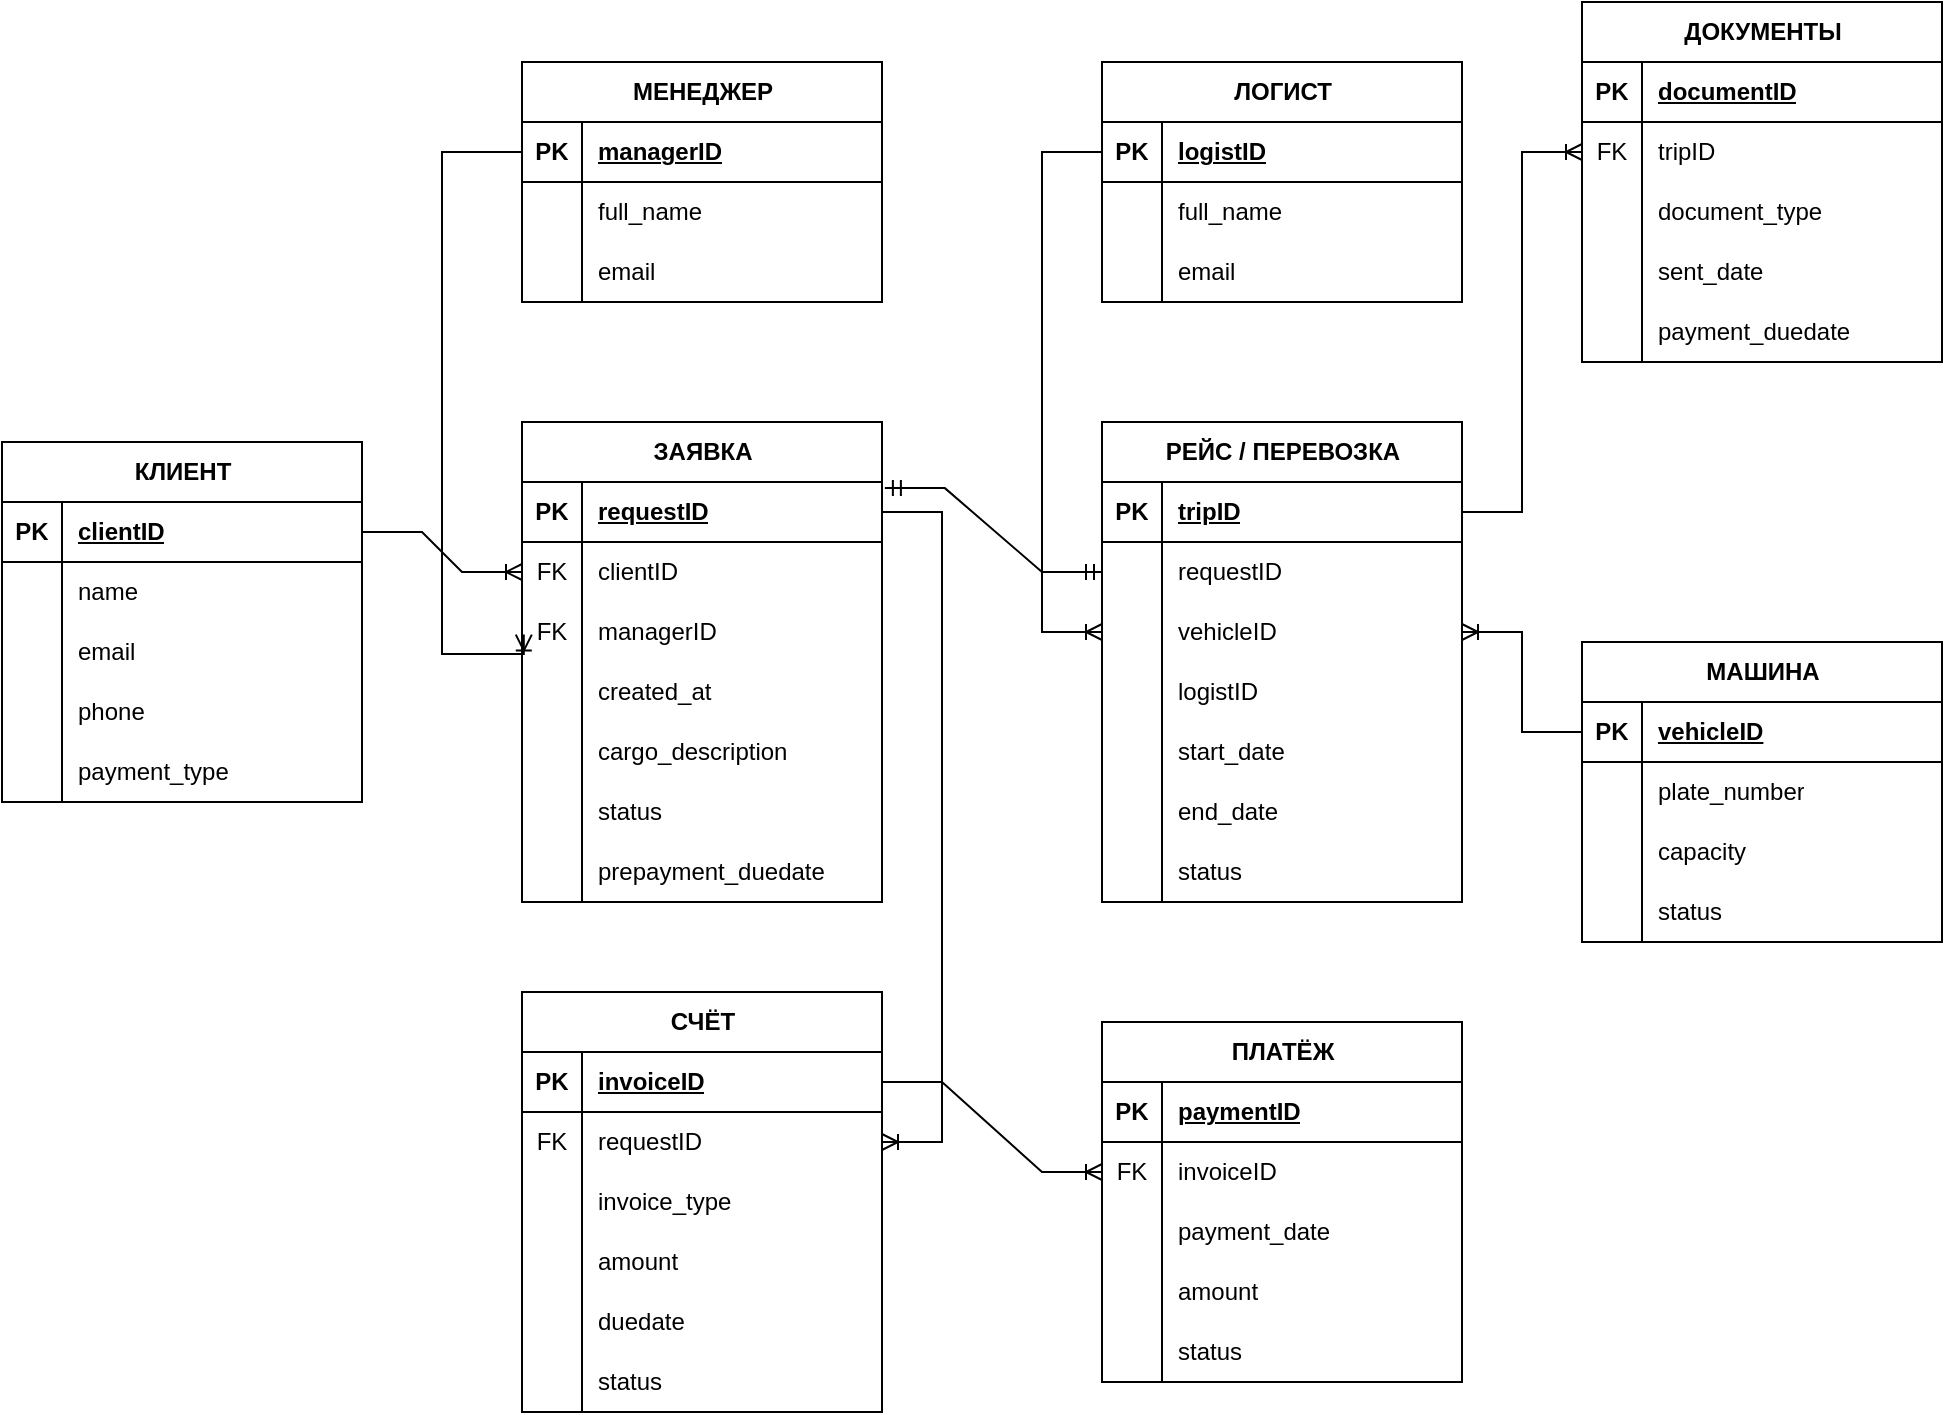
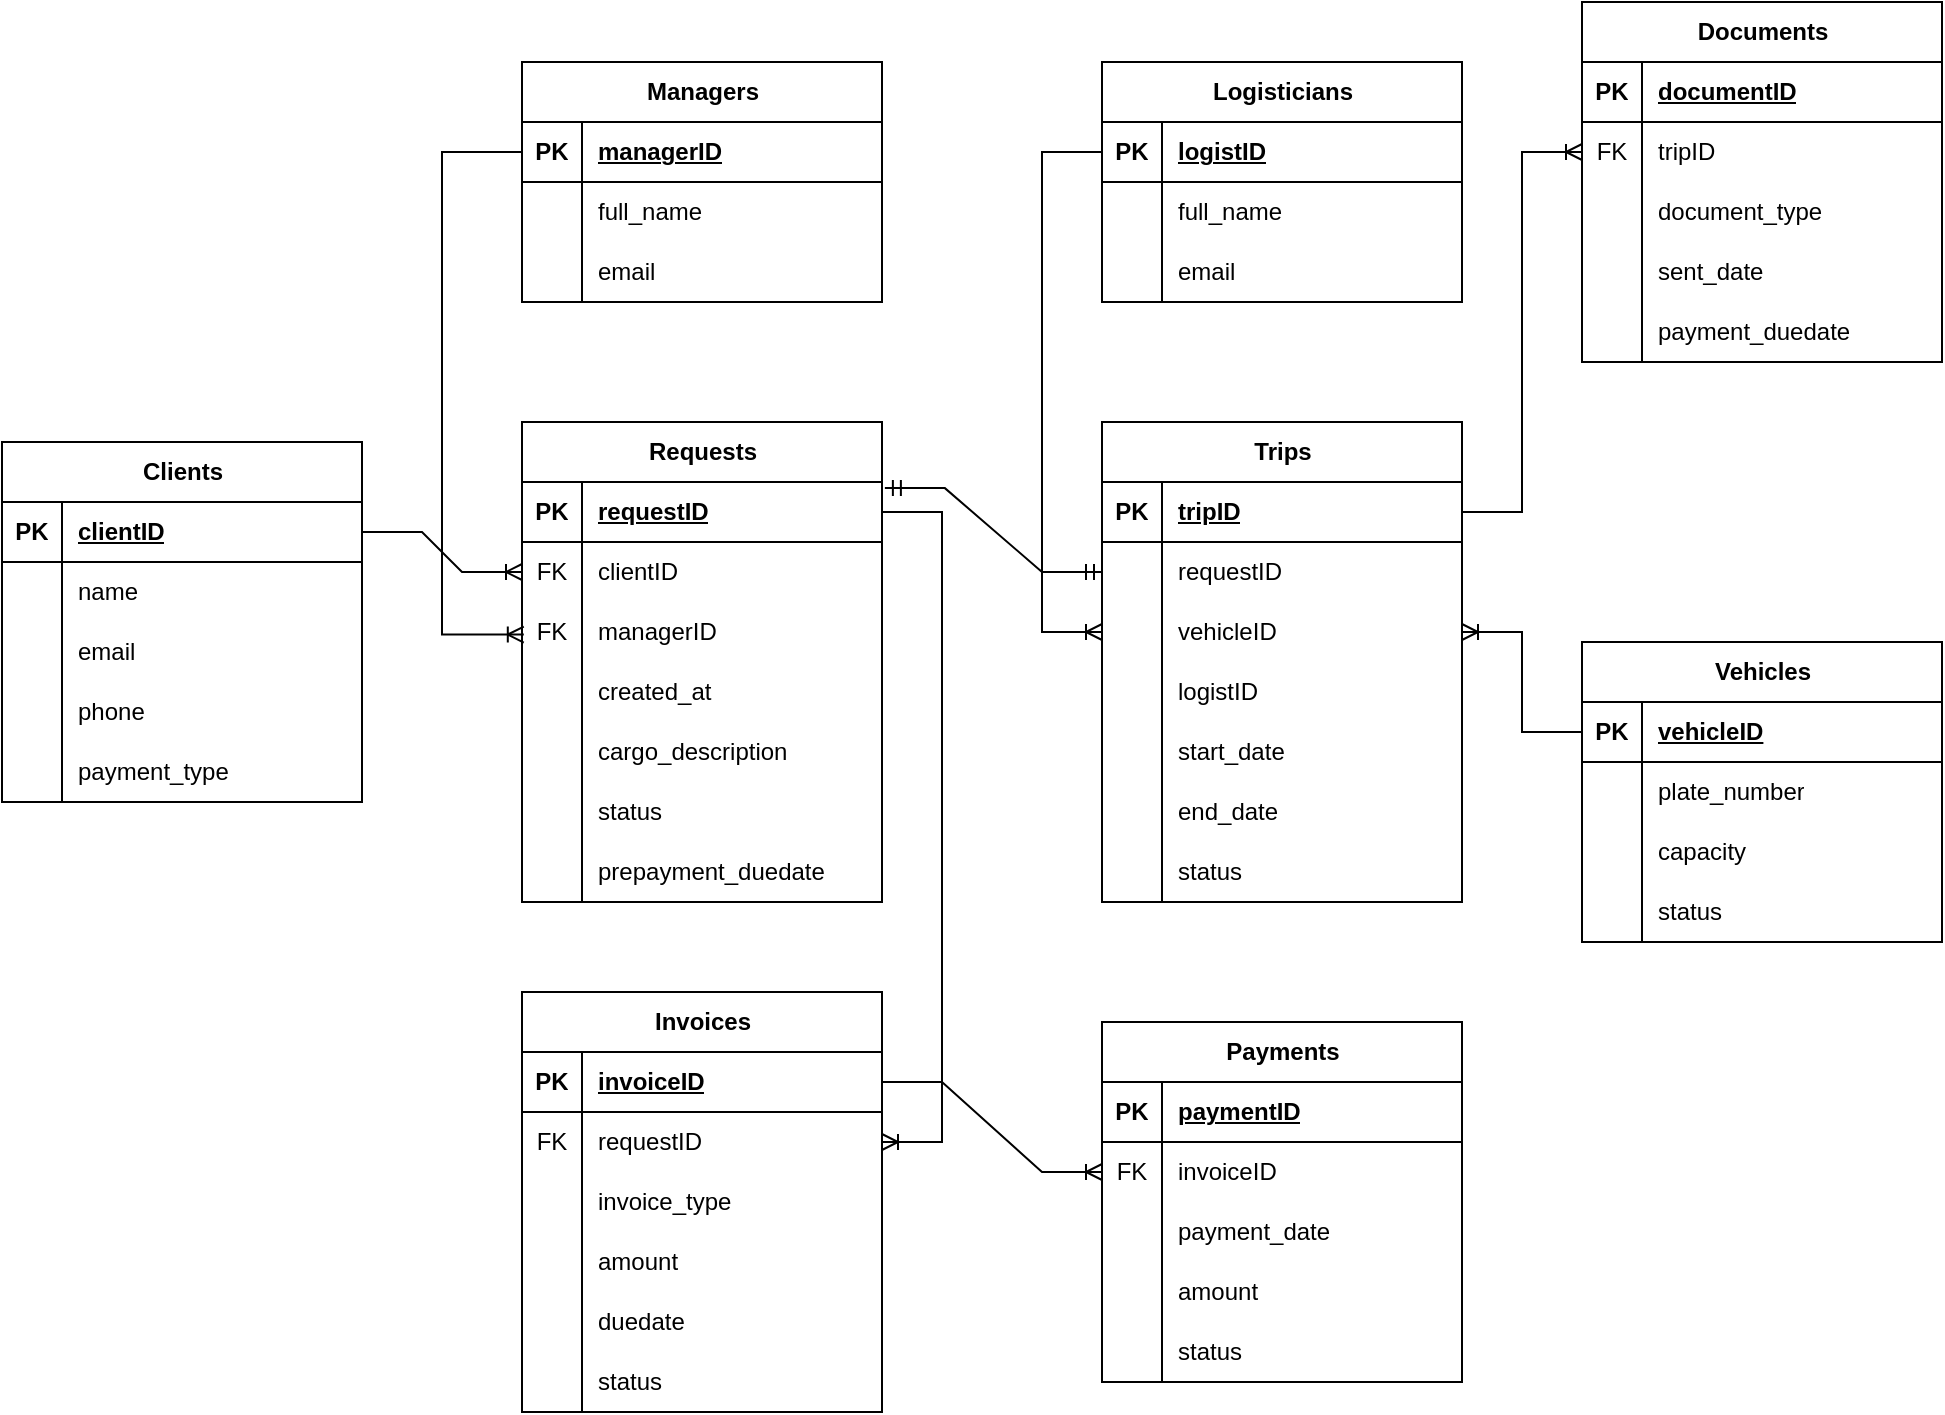
<mxfile host="app.diagrams.net" agent="5.0 (Macintosh; Intel Mac OS X 10_14_6) AppleWebKit/537.36 (KHTML, like Gecko) Chrome/83.0.4103.116 Safari/537.36">
  <diagram id="R2lEEEUBdFMjLlhIrx00" name="Page-1">
-     <mxGraphModel dx="1875" dy="900" grid="1" gridSize="10" guides="1" tooltips="1" connect="1" arrows="1" fold="1" page="1" pageScale="1" pageWidth="850" pageHeight="1100" math="0" shadow="0" extFonts="Permanent Marker^https://fonts.googleapis.com/css?family=Permanent+Marker">
+     <mxGraphModel dx="1549" dy="743" grid="1" gridSize="10" guides="1" tooltips="1" connect="1" arrows="1" fold="1" page="1" pageScale="1" pageWidth="850" pageHeight="1100" math="0" shadow="0" extFonts="Permanent Marker^https://fonts.googleapis.com/css?family=Permanent+Marker">
      <root>
        <mxCell id="0" />
        <mxCell id="1" parent="0" />
-         <mxCell id="OnuUYCShp_7tIGQlhjLA-103" parent="1" style="shape=table;startSize=30;container=1;collapsible=1;childLayout=tableLayout;fixedRows=1;rowLines=0;fontStyle=1;align=center;resizeLast=1;html=1;" value="КЛИЕНТ" vertex="1">
+         <mxCell id="OnuUYCShp_7tIGQlhjLA-103" parent="1" style="shape=table;startSize=30;container=1;collapsible=1;childLayout=tableLayout;fixedRows=1;rowLines=0;fontStyle=1;align=center;resizeLast=1;html=1;" value="Clients" vertex="1">
          <mxGeometry height="180" width="180" x="140" y="380" as="geometry" />
        </mxCell>
        <mxCell id="OnuUYCShp_7tIGQlhjLA-104" parent="OnuUYCShp_7tIGQlhjLA-103" style="shape=tableRow;horizontal=0;startSize=0;swimlaneHead=0;swimlaneBody=0;fillColor=none;collapsible=0;dropTarget=0;points=[[0,0.5],[1,0.5]];portConstraint=eastwest;top=0;left=0;right=0;bottom=1;" value="" vertex="1">
          <mxGeometry height="30" width="180" y="30" as="geometry" />
        </mxCell>
        <mxCell id="OnuUYCShp_7tIGQlhjLA-105" parent="OnuUYCShp_7tIGQlhjLA-104" style="shape=partialRectangle;connectable=0;fillColor=none;top=0;left=0;bottom=0;right=0;fontStyle=1;overflow=hidden;whiteSpace=wrap;html=1;" value="PK" vertex="1">
          <mxGeometry height="30" width="30" as="geometry">
            <mxRectangle height="30" width="30" as="alternateBounds" />
          </mxGeometry>
        </mxCell>
        <mxCell id="OnuUYCShp_7tIGQlhjLA-106" parent="OnuUYCShp_7tIGQlhjLA-104" style="shape=partialRectangle;connectable=0;fillColor=none;top=0;left=0;bottom=0;right=0;align=left;spacingLeft=6;fontStyle=5;overflow=hidden;whiteSpace=wrap;html=1;" value="clientID" vertex="1">
          <mxGeometry height="30" width="150" x="30" as="geometry">
            <mxRectangle height="30" width="150" as="alternateBounds" />
          </mxGeometry>
        </mxCell>
        <mxCell id="OnuUYCShp_7tIGQlhjLA-107" parent="OnuUYCShp_7tIGQlhjLA-103" style="shape=tableRow;horizontal=0;startSize=0;swimlaneHead=0;swimlaneBody=0;fillColor=none;collapsible=0;dropTarget=0;points=[[0,0.5],[1,0.5]];portConstraint=eastwest;top=0;left=0;right=0;bottom=0;" value="" vertex="1">
          <mxGeometry height="30" width="180" y="60" as="geometry" />
        </mxCell>
        <mxCell id="OnuUYCShp_7tIGQlhjLA-108" parent="OnuUYCShp_7tIGQlhjLA-107" style="shape=partialRectangle;connectable=0;fillColor=none;top=0;left=0;bottom=0;right=0;editable=1;overflow=hidden;whiteSpace=wrap;html=1;" value="" vertex="1">
          <mxGeometry height="30" width="30" as="geometry">
            <mxRectangle height="30" width="30" as="alternateBounds" />
          </mxGeometry>
        </mxCell>
        <mxCell id="OnuUYCShp_7tIGQlhjLA-109" parent="OnuUYCShp_7tIGQlhjLA-107" style="shape=partialRectangle;connectable=0;fillColor=none;top=0;left=0;bottom=0;right=0;align=left;spacingLeft=6;overflow=hidden;whiteSpace=wrap;html=1;" value="name" vertex="1">
          <mxGeometry height="30" width="150" x="30" as="geometry">
            <mxRectangle height="30" width="150" as="alternateBounds" />
          </mxGeometry>
        </mxCell>
        <mxCell id="OnuUYCShp_7tIGQlhjLA-110" parent="OnuUYCShp_7tIGQlhjLA-103" style="shape=tableRow;horizontal=0;startSize=0;swimlaneHead=0;swimlaneBody=0;fillColor=none;collapsible=0;dropTarget=0;points=[[0,0.5],[1,0.5]];portConstraint=eastwest;top=0;left=0;right=0;bottom=0;" value="" vertex="1">
          <mxGeometry height="30" width="180" y="90" as="geometry" />
        </mxCell>
        <mxCell id="OnuUYCShp_7tIGQlhjLA-111" parent="OnuUYCShp_7tIGQlhjLA-110" style="shape=partialRectangle;connectable=0;fillColor=none;top=0;left=0;bottom=0;right=0;editable=1;overflow=hidden;whiteSpace=wrap;html=1;" value="" vertex="1">
          <mxGeometry height="30" width="30" as="geometry">
            <mxRectangle height="30" width="30" as="alternateBounds" />
          </mxGeometry>
        </mxCell>
        <mxCell id="OnuUYCShp_7tIGQlhjLA-112" parent="OnuUYCShp_7tIGQlhjLA-110" style="shape=partialRectangle;connectable=0;fillColor=none;top=0;left=0;bottom=0;right=0;align=left;spacingLeft=6;overflow=hidden;whiteSpace=wrap;html=1;" value="email" vertex="1">
          <mxGeometry height="30" width="150" x="30" as="geometry">
            <mxRectangle height="30" width="150" as="alternateBounds" />
          </mxGeometry>
        </mxCell>
        <mxCell id="OnuUYCShp_7tIGQlhjLA-113" parent="OnuUYCShp_7tIGQlhjLA-103" style="shape=tableRow;horizontal=0;startSize=0;swimlaneHead=0;swimlaneBody=0;fillColor=none;collapsible=0;dropTarget=0;points=[[0,0.5],[1,0.5]];portConstraint=eastwest;top=0;left=0;right=0;bottom=0;" value="" vertex="1">
          <mxGeometry height="30" width="180" y="120" as="geometry" />
        </mxCell>
        <mxCell id="OnuUYCShp_7tIGQlhjLA-114" parent="OnuUYCShp_7tIGQlhjLA-113" style="shape=partialRectangle;connectable=0;fillColor=none;top=0;left=0;bottom=0;right=0;editable=1;overflow=hidden;whiteSpace=wrap;html=1;" value="" vertex="1">
          <mxGeometry height="30" width="30" as="geometry">
            <mxRectangle height="30" width="30" as="alternateBounds" />
          </mxGeometry>
        </mxCell>
        <mxCell id="OnuUYCShp_7tIGQlhjLA-115" parent="OnuUYCShp_7tIGQlhjLA-113" style="shape=partialRectangle;connectable=0;fillColor=none;top=0;left=0;bottom=0;right=0;align=left;spacingLeft=6;overflow=hidden;whiteSpace=wrap;html=1;" value="phone" vertex="1">
          <mxGeometry height="30" width="150" x="30" as="geometry">
            <mxRectangle height="30" width="150" as="alternateBounds" />
          </mxGeometry>
        </mxCell>
        <mxCell id="OnuUYCShp_7tIGQlhjLA-211" parent="OnuUYCShp_7tIGQlhjLA-103" style="shape=tableRow;horizontal=0;startSize=0;swimlaneHead=0;swimlaneBody=0;fillColor=none;collapsible=0;dropTarget=0;points=[[0,0.5],[1,0.5]];portConstraint=eastwest;top=0;left=0;right=0;bottom=0;" value="" vertex="1">
          <mxGeometry height="30" width="180" y="150" as="geometry" />
        </mxCell>
        <mxCell id="OnuUYCShp_7tIGQlhjLA-212" parent="OnuUYCShp_7tIGQlhjLA-211" style="shape=partialRectangle;connectable=0;fillColor=none;top=0;left=0;bottom=0;right=0;editable=1;overflow=hidden;whiteSpace=wrap;html=1;" value="" vertex="1">
          <mxGeometry height="30" width="30" as="geometry">
            <mxRectangle height="30" width="30" as="alternateBounds" />
          </mxGeometry>
        </mxCell>
        <mxCell id="OnuUYCShp_7tIGQlhjLA-213" parent="OnuUYCShp_7tIGQlhjLA-211" style="shape=partialRectangle;connectable=0;fillColor=none;top=0;left=0;bottom=0;right=0;align=left;spacingLeft=6;overflow=hidden;whiteSpace=wrap;html=1;" value="payment_type" vertex="1">
          <mxGeometry height="30" width="150" x="30" as="geometry">
            <mxRectangle height="30" width="150" as="alternateBounds" />
          </mxGeometry>
        </mxCell>
-         <mxCell id="OnuUYCShp_7tIGQlhjLA-116" parent="1" style="shape=table;startSize=30;container=1;collapsible=1;childLayout=tableLayout;fixedRows=1;rowLines=0;fontStyle=1;align=center;resizeLast=1;html=1;" value="ЗАЯВКА" vertex="1">
+         <mxCell id="OnuUYCShp_7tIGQlhjLA-116" parent="1" style="shape=table;startSize=30;container=1;collapsible=1;childLayout=tableLayout;fixedRows=1;rowLines=0;fontStyle=1;align=center;resizeLast=1;html=1;" value="Requests" vertex="1">
          <mxGeometry height="240" width="180" x="400" y="370" as="geometry" />
        </mxCell>
        <mxCell id="OnuUYCShp_7tIGQlhjLA-117" parent="OnuUYCShp_7tIGQlhjLA-116" style="shape=tableRow;horizontal=0;startSize=0;swimlaneHead=0;swimlaneBody=0;fillColor=none;collapsible=0;dropTarget=0;points=[[0,0.5],[1,0.5]];portConstraint=eastwest;top=0;left=0;right=0;bottom=1;" value="" vertex="1">
          <mxGeometry height="30" width="180" y="30" as="geometry" />
        </mxCell>
        <mxCell id="OnuUYCShp_7tIGQlhjLA-118" parent="OnuUYCShp_7tIGQlhjLA-117" style="shape=partialRectangle;connectable=0;fillColor=none;top=0;left=0;bottom=0;right=0;fontStyle=1;overflow=hidden;whiteSpace=wrap;html=1;" value="PK" vertex="1">
          <mxGeometry height="30" width="30" as="geometry">
            <mxRectangle height="30" width="30" as="alternateBounds" />
          </mxGeometry>
        </mxCell>
        <mxCell id="OnuUYCShp_7tIGQlhjLA-119" parent="OnuUYCShp_7tIGQlhjLA-117" style="shape=partialRectangle;connectable=0;fillColor=none;top=0;left=0;bottom=0;right=0;align=left;spacingLeft=6;fontStyle=5;overflow=hidden;whiteSpace=wrap;html=1;" value="requestID" vertex="1">
          <mxGeometry height="30" width="150" x="30" as="geometry">
            <mxRectangle height="30" width="150" as="alternateBounds" />
          </mxGeometry>
        </mxCell>
        <mxCell id="OnuUYCShp_7tIGQlhjLA-120" parent="OnuUYCShp_7tIGQlhjLA-116" style="shape=tableRow;horizontal=0;startSize=0;swimlaneHead=0;swimlaneBody=0;fillColor=none;collapsible=0;dropTarget=0;points=[[0,0.5],[1,0.5]];portConstraint=eastwest;top=0;left=0;right=0;bottom=0;" value="" vertex="1">
          <mxGeometry height="30" width="180" y="60" as="geometry" />
        </mxCell>
        <mxCell id="OnuUYCShp_7tIGQlhjLA-121" parent="OnuUYCShp_7tIGQlhjLA-120" style="shape=partialRectangle;connectable=0;fillColor=none;top=0;left=0;bottom=0;right=0;editable=1;overflow=hidden;whiteSpace=wrap;html=1;" value="FK" vertex="1">
          <mxGeometry height="30" width="30" as="geometry">
            <mxRectangle height="30" width="30" as="alternateBounds" />
          </mxGeometry>
        </mxCell>
        <mxCell id="OnuUYCShp_7tIGQlhjLA-122" parent="OnuUYCShp_7tIGQlhjLA-120" style="shape=partialRectangle;connectable=0;fillColor=none;top=0;left=0;bottom=0;right=0;align=left;spacingLeft=6;overflow=hidden;whiteSpace=wrap;html=1;" value="clientID" vertex="1">
          <mxGeometry height="30" width="150" x="30" as="geometry">
            <mxRectangle height="30" width="150" as="alternateBounds" />
          </mxGeometry>
        </mxCell>
        <mxCell id="OnuUYCShp_7tIGQlhjLA-123" parent="OnuUYCShp_7tIGQlhjLA-116" style="shape=tableRow;horizontal=0;startSize=0;swimlaneHead=0;swimlaneBody=0;fillColor=none;collapsible=0;dropTarget=0;points=[[0,0.5],[1,0.5]];portConstraint=eastwest;top=0;left=0;right=0;bottom=0;" value="" vertex="1">
          <mxGeometry height="30" width="180" y="90" as="geometry" />
        </mxCell>
        <mxCell id="OnuUYCShp_7tIGQlhjLA-124" parent="OnuUYCShp_7tIGQlhjLA-123" style="shape=partialRectangle;connectable=0;fillColor=none;top=0;left=0;bottom=0;right=0;editable=1;overflow=hidden;whiteSpace=wrap;html=1;" value="FK" vertex="1">
          <mxGeometry height="30" width="30" as="geometry">
            <mxRectangle height="30" width="30" as="alternateBounds" />
          </mxGeometry>
        </mxCell>
        <mxCell id="OnuUYCShp_7tIGQlhjLA-125" parent="OnuUYCShp_7tIGQlhjLA-123" style="shape=partialRectangle;connectable=0;fillColor=none;top=0;left=0;bottom=0;right=0;align=left;spacingLeft=6;overflow=hidden;whiteSpace=wrap;html=1;" value="managerID" vertex="1">
          <mxGeometry height="30" width="150" x="30" as="geometry">
            <mxRectangle height="30" width="150" as="alternateBounds" />
          </mxGeometry>
        </mxCell>
        <mxCell id="OnuUYCShp_7tIGQlhjLA-126" parent="OnuUYCShp_7tIGQlhjLA-116" style="shape=tableRow;horizontal=0;startSize=0;swimlaneHead=0;swimlaneBody=0;fillColor=none;collapsible=0;dropTarget=0;points=[[0,0.5],[1,0.5]];portConstraint=eastwest;top=0;left=0;right=0;bottom=0;" value="" vertex="1">
          <mxGeometry height="30" width="180" y="120" as="geometry" />
        </mxCell>
        <mxCell id="OnuUYCShp_7tIGQlhjLA-127" parent="OnuUYCShp_7tIGQlhjLA-126" style="shape=partialRectangle;connectable=0;fillColor=none;top=0;left=0;bottom=0;right=0;editable=1;overflow=hidden;whiteSpace=wrap;html=1;" value="" vertex="1">
          <mxGeometry height="30" width="30" as="geometry">
            <mxRectangle height="30" width="30" as="alternateBounds" />
          </mxGeometry>
        </mxCell>
        <mxCell id="OnuUYCShp_7tIGQlhjLA-128" parent="OnuUYCShp_7tIGQlhjLA-126" style="shape=partialRectangle;connectable=0;fillColor=none;top=0;left=0;bottom=0;right=0;align=left;spacingLeft=6;overflow=hidden;whiteSpace=wrap;html=1;" value="created_at" vertex="1">
          <mxGeometry height="30" width="150" x="30" as="geometry">
            <mxRectangle height="30" width="150" as="alternateBounds" />
          </mxGeometry>
        </mxCell>
        <mxCell id="OnuUYCShp_7tIGQlhjLA-227" parent="OnuUYCShp_7tIGQlhjLA-116" style="shape=tableRow;horizontal=0;startSize=0;swimlaneHead=0;swimlaneBody=0;fillColor=none;collapsible=0;dropTarget=0;points=[[0,0.5],[1,0.5]];portConstraint=eastwest;top=0;left=0;right=0;bottom=0;" value="" vertex="1">
          <mxGeometry height="30" width="180" y="150" as="geometry" />
        </mxCell>
        <mxCell id="OnuUYCShp_7tIGQlhjLA-228" parent="OnuUYCShp_7tIGQlhjLA-227" style="shape=partialRectangle;connectable=0;fillColor=none;top=0;left=0;bottom=0;right=0;editable=1;overflow=hidden;whiteSpace=wrap;html=1;" value="" vertex="1">
          <mxGeometry height="30" width="30" as="geometry">
            <mxRectangle height="30" width="30" as="alternateBounds" />
          </mxGeometry>
        </mxCell>
        <mxCell id="OnuUYCShp_7tIGQlhjLA-229" parent="OnuUYCShp_7tIGQlhjLA-227" style="shape=partialRectangle;connectable=0;fillColor=none;top=0;left=0;bottom=0;right=0;align=left;spacingLeft=6;overflow=hidden;whiteSpace=wrap;html=1;" value="cargo_description" vertex="1">
          <mxGeometry height="30" width="150" x="30" as="geometry">
            <mxRectangle height="30" width="150" as="alternateBounds" />
          </mxGeometry>
        </mxCell>
        <mxCell id="OnuUYCShp_7tIGQlhjLA-230" parent="OnuUYCShp_7tIGQlhjLA-116" style="shape=tableRow;horizontal=0;startSize=0;swimlaneHead=0;swimlaneBody=0;fillColor=none;collapsible=0;dropTarget=0;points=[[0,0.5],[1,0.5]];portConstraint=eastwest;top=0;left=0;right=0;bottom=0;" value="" vertex="1">
          <mxGeometry height="30" width="180" y="180" as="geometry" />
        </mxCell>
        <mxCell id="OnuUYCShp_7tIGQlhjLA-231" parent="OnuUYCShp_7tIGQlhjLA-230" style="shape=partialRectangle;connectable=0;fillColor=none;top=0;left=0;bottom=0;right=0;editable=1;overflow=hidden;whiteSpace=wrap;html=1;" value="" vertex="1">
          <mxGeometry height="30" width="30" as="geometry">
            <mxRectangle height="30" width="30" as="alternateBounds" />
          </mxGeometry>
        </mxCell>
        <mxCell id="OnuUYCShp_7tIGQlhjLA-232" parent="OnuUYCShp_7tIGQlhjLA-230" style="shape=partialRectangle;connectable=0;fillColor=none;top=0;left=0;bottom=0;right=0;align=left;spacingLeft=6;overflow=hidden;whiteSpace=wrap;html=1;" value="status" vertex="1">
          <mxGeometry height="30" width="150" x="30" as="geometry">
            <mxRectangle height="30" width="150" as="alternateBounds" />
          </mxGeometry>
        </mxCell>
        <mxCell id="OnuUYCShp_7tIGQlhjLA-233" parent="OnuUYCShp_7tIGQlhjLA-116" style="shape=tableRow;horizontal=0;startSize=0;swimlaneHead=0;swimlaneBody=0;fillColor=none;collapsible=0;dropTarget=0;points=[[0,0.5],[1,0.5]];portConstraint=eastwest;top=0;left=0;right=0;bottom=0;" value="" vertex="1">
          <mxGeometry height="30" width="180" y="210" as="geometry" />
        </mxCell>
        <mxCell id="OnuUYCShp_7tIGQlhjLA-234" parent="OnuUYCShp_7tIGQlhjLA-233" style="shape=partialRectangle;connectable=0;fillColor=none;top=0;left=0;bottom=0;right=0;editable=1;overflow=hidden;whiteSpace=wrap;html=1;" value="" vertex="1">
          <mxGeometry height="30" width="30" as="geometry">
            <mxRectangle height="30" width="30" as="alternateBounds" />
          </mxGeometry>
        </mxCell>
        <mxCell id="OnuUYCShp_7tIGQlhjLA-235" parent="OnuUYCShp_7tIGQlhjLA-233" style="shape=partialRectangle;connectable=0;fillColor=none;top=0;left=0;bottom=0;right=0;align=left;spacingLeft=6;overflow=hidden;whiteSpace=wrap;html=1;" value="prepayment_duedate" vertex="1">
          <mxGeometry height="30" width="150" x="30" as="geometry">
            <mxRectangle height="30" width="150" as="alternateBounds" />
          </mxGeometry>
        </mxCell>
-         <mxCell id="OnuUYCShp_7tIGQlhjLA-129" parent="1" style="shape=table;startSize=30;container=1;collapsible=1;childLayout=tableLayout;fixedRows=1;rowLines=0;fontStyle=1;align=center;resizeLast=1;html=1;" value="СЧЁТ" vertex="1">
+         <mxCell id="OnuUYCShp_7tIGQlhjLA-129" parent="1" style="shape=table;startSize=30;container=1;collapsible=1;childLayout=tableLayout;fixedRows=1;rowLines=0;fontStyle=1;align=center;resizeLast=1;html=1;" value="Invoices" vertex="1">
          <mxGeometry height="210" width="180" x="400" y="655" as="geometry" />
        </mxCell>
        <mxCell id="OnuUYCShp_7tIGQlhjLA-130" parent="OnuUYCShp_7tIGQlhjLA-129" style="shape=tableRow;horizontal=0;startSize=0;swimlaneHead=0;swimlaneBody=0;fillColor=none;collapsible=0;dropTarget=0;points=[[0,0.5],[1,0.5]];portConstraint=eastwest;top=0;left=0;right=0;bottom=1;" value="" vertex="1">
          <mxGeometry height="30" width="180" y="30" as="geometry" />
        </mxCell>
        <mxCell id="OnuUYCShp_7tIGQlhjLA-131" parent="OnuUYCShp_7tIGQlhjLA-130" style="shape=partialRectangle;connectable=0;fillColor=none;top=0;left=0;bottom=0;right=0;fontStyle=1;overflow=hidden;whiteSpace=wrap;html=1;" value="PK" vertex="1">
          <mxGeometry height="30" width="30" as="geometry">
            <mxRectangle height="30" width="30" as="alternateBounds" />
          </mxGeometry>
        </mxCell>
        <mxCell id="OnuUYCShp_7tIGQlhjLA-132" parent="OnuUYCShp_7tIGQlhjLA-130" style="shape=partialRectangle;connectable=0;fillColor=none;top=0;left=0;bottom=0;right=0;align=left;spacingLeft=6;fontStyle=5;overflow=hidden;whiteSpace=wrap;html=1;" value="invoiceID" vertex="1">
          <mxGeometry height="30" width="150" x="30" as="geometry">
            <mxRectangle height="30" width="150" as="alternateBounds" />
          </mxGeometry>
        </mxCell>
        <mxCell id="OnuUYCShp_7tIGQlhjLA-133" parent="OnuUYCShp_7tIGQlhjLA-129" style="shape=tableRow;horizontal=0;startSize=0;swimlaneHead=0;swimlaneBody=0;fillColor=none;collapsible=0;dropTarget=0;points=[[0,0.5],[1,0.5]];portConstraint=eastwest;top=0;left=0;right=0;bottom=0;" value="" vertex="1">
          <mxGeometry height="30" width="180" y="60" as="geometry" />
        </mxCell>
        <mxCell id="OnuUYCShp_7tIGQlhjLA-134" parent="OnuUYCShp_7tIGQlhjLA-133" style="shape=partialRectangle;connectable=0;fillColor=none;top=0;left=0;bottom=0;right=0;editable=1;overflow=hidden;whiteSpace=wrap;html=1;" value="FK" vertex="1">
          <mxGeometry height="30" width="30" as="geometry">
            <mxRectangle height="30" width="30" as="alternateBounds" />
          </mxGeometry>
        </mxCell>
        <mxCell id="OnuUYCShp_7tIGQlhjLA-135" parent="OnuUYCShp_7tIGQlhjLA-133" style="shape=partialRectangle;connectable=0;fillColor=none;top=0;left=0;bottom=0;right=0;align=left;spacingLeft=6;overflow=hidden;whiteSpace=wrap;html=1;" value="requestID" vertex="1">
          <mxGeometry height="30" width="150" x="30" as="geometry">
            <mxRectangle height="30" width="150" as="alternateBounds" />
          </mxGeometry>
        </mxCell>
        <mxCell id="OnuUYCShp_7tIGQlhjLA-136" parent="OnuUYCShp_7tIGQlhjLA-129" style="shape=tableRow;horizontal=0;startSize=0;swimlaneHead=0;swimlaneBody=0;fillColor=none;collapsible=0;dropTarget=0;points=[[0,0.5],[1,0.5]];portConstraint=eastwest;top=0;left=0;right=0;bottom=0;" value="" vertex="1">
          <mxGeometry height="30" width="180" y="90" as="geometry" />
        </mxCell>
        <mxCell id="OnuUYCShp_7tIGQlhjLA-137" parent="OnuUYCShp_7tIGQlhjLA-136" style="shape=partialRectangle;connectable=0;fillColor=none;top=0;left=0;bottom=0;right=0;editable=1;overflow=hidden;whiteSpace=wrap;html=1;" value="" vertex="1">
          <mxGeometry height="30" width="30" as="geometry">
            <mxRectangle height="30" width="30" as="alternateBounds" />
          </mxGeometry>
        </mxCell>
        <mxCell id="OnuUYCShp_7tIGQlhjLA-138" parent="OnuUYCShp_7tIGQlhjLA-136" style="shape=partialRectangle;connectable=0;fillColor=none;top=0;left=0;bottom=0;right=0;align=left;spacingLeft=6;overflow=hidden;whiteSpace=wrap;html=1;" value="invoice_type" vertex="1">
          <mxGeometry height="30" width="150" x="30" as="geometry">
            <mxRectangle height="30" width="150" as="alternateBounds" />
          </mxGeometry>
        </mxCell>
        <mxCell id="OnuUYCShp_7tIGQlhjLA-139" parent="OnuUYCShp_7tIGQlhjLA-129" style="shape=tableRow;horizontal=0;startSize=0;swimlaneHead=0;swimlaneBody=0;fillColor=none;collapsible=0;dropTarget=0;points=[[0,0.5],[1,0.5]];portConstraint=eastwest;top=0;left=0;right=0;bottom=0;" value="" vertex="1">
          <mxGeometry height="30" width="180" y="120" as="geometry" />
        </mxCell>
        <mxCell id="OnuUYCShp_7tIGQlhjLA-140" parent="OnuUYCShp_7tIGQlhjLA-139" style="shape=partialRectangle;connectable=0;fillColor=none;top=0;left=0;bottom=0;right=0;editable=1;overflow=hidden;whiteSpace=wrap;html=1;" value="" vertex="1">
          <mxGeometry height="30" width="30" as="geometry">
            <mxRectangle height="30" width="30" as="alternateBounds" />
          </mxGeometry>
        </mxCell>
        <mxCell id="OnuUYCShp_7tIGQlhjLA-141" parent="OnuUYCShp_7tIGQlhjLA-139" style="shape=partialRectangle;connectable=0;fillColor=none;top=0;left=0;bottom=0;right=0;align=left;spacingLeft=6;overflow=hidden;whiteSpace=wrap;html=1;" value="amount" vertex="1">
          <mxGeometry height="30" width="150" x="30" as="geometry">
            <mxRectangle height="30" width="150" as="alternateBounds" />
          </mxGeometry>
        </mxCell>
        <mxCell id="OnuUYCShp_7tIGQlhjLA-236" parent="OnuUYCShp_7tIGQlhjLA-129" style="shape=tableRow;horizontal=0;startSize=0;swimlaneHead=0;swimlaneBody=0;fillColor=none;collapsible=0;dropTarget=0;points=[[0,0.5],[1,0.5]];portConstraint=eastwest;top=0;left=0;right=0;bottom=0;" value="" vertex="1">
          <mxGeometry height="30" width="180" y="150" as="geometry" />
        </mxCell>
        <mxCell id="OnuUYCShp_7tIGQlhjLA-237" parent="OnuUYCShp_7tIGQlhjLA-236" style="shape=partialRectangle;connectable=0;fillColor=none;top=0;left=0;bottom=0;right=0;editable=1;overflow=hidden;whiteSpace=wrap;html=1;" value="" vertex="1">
          <mxGeometry height="30" width="30" as="geometry">
            <mxRectangle height="30" width="30" as="alternateBounds" />
          </mxGeometry>
        </mxCell>
        <mxCell id="OnuUYCShp_7tIGQlhjLA-238" parent="OnuUYCShp_7tIGQlhjLA-236" style="shape=partialRectangle;connectable=0;fillColor=none;top=0;left=0;bottom=0;right=0;align=left;spacingLeft=6;overflow=hidden;whiteSpace=wrap;html=1;" value="duedate" vertex="1">
          <mxGeometry height="30" width="150" x="30" as="geometry">
            <mxRectangle height="30" width="150" as="alternateBounds" />
          </mxGeometry>
        </mxCell>
        <mxCell id="OnuUYCShp_7tIGQlhjLA-239" parent="OnuUYCShp_7tIGQlhjLA-129" style="shape=tableRow;horizontal=0;startSize=0;swimlaneHead=0;swimlaneBody=0;fillColor=none;collapsible=0;dropTarget=0;points=[[0,0.5],[1,0.5]];portConstraint=eastwest;top=0;left=0;right=0;bottom=0;" value="" vertex="1">
          <mxGeometry height="30" width="180" y="180" as="geometry" />
        </mxCell>
        <mxCell id="OnuUYCShp_7tIGQlhjLA-240" parent="OnuUYCShp_7tIGQlhjLA-239" style="shape=partialRectangle;connectable=0;fillColor=none;top=0;left=0;bottom=0;right=0;editable=1;overflow=hidden;whiteSpace=wrap;html=1;" value="" vertex="1">
          <mxGeometry height="30" width="30" as="geometry">
            <mxRectangle height="30" width="30" as="alternateBounds" />
          </mxGeometry>
        </mxCell>
        <mxCell id="OnuUYCShp_7tIGQlhjLA-241" parent="OnuUYCShp_7tIGQlhjLA-239" style="shape=partialRectangle;connectable=0;fillColor=none;top=0;left=0;bottom=0;right=0;align=left;spacingLeft=6;overflow=hidden;whiteSpace=wrap;html=1;" value="status" vertex="1">
          <mxGeometry height="30" width="150" x="30" as="geometry">
            <mxRectangle height="30" width="150" as="alternateBounds" />
          </mxGeometry>
        </mxCell>
-         <mxCell id="OnuUYCShp_7tIGQlhjLA-142" parent="1" style="shape=table;startSize=30;container=1;collapsible=1;childLayout=tableLayout;fixedRows=1;rowLines=0;fontStyle=1;align=center;resizeLast=1;html=1;" value="РЕЙС / ПЕРЕВОЗКА" vertex="1">
+         <mxCell id="OnuUYCShp_7tIGQlhjLA-142" parent="1" style="shape=table;startSize=30;container=1;collapsible=1;childLayout=tableLayout;fixedRows=1;rowLines=0;fontStyle=1;align=center;resizeLast=1;html=1;" value="Trips" vertex="1">
          <mxGeometry height="240" width="180" x="690" y="370" as="geometry" />
        </mxCell>
        <mxCell id="OnuUYCShp_7tIGQlhjLA-143" parent="OnuUYCShp_7tIGQlhjLA-142" style="shape=tableRow;horizontal=0;startSize=0;swimlaneHead=0;swimlaneBody=0;fillColor=none;collapsible=0;dropTarget=0;points=[[0,0.5],[1,0.5]];portConstraint=eastwest;top=0;left=0;right=0;bottom=1;" value="" vertex="1">
          <mxGeometry height="30" width="180" y="30" as="geometry" />
        </mxCell>
        <mxCell id="OnuUYCShp_7tIGQlhjLA-144" parent="OnuUYCShp_7tIGQlhjLA-143" style="shape=partialRectangle;connectable=0;fillColor=none;top=0;left=0;bottom=0;right=0;fontStyle=1;overflow=hidden;whiteSpace=wrap;html=1;" value="PK" vertex="1">
          <mxGeometry height="30" width="30" as="geometry">
            <mxRectangle height="30" width="30" as="alternateBounds" />
          </mxGeometry>
        </mxCell>
        <mxCell id="OnuUYCShp_7tIGQlhjLA-145" parent="OnuUYCShp_7tIGQlhjLA-143" style="shape=partialRectangle;connectable=0;fillColor=none;top=0;left=0;bottom=0;right=0;align=left;spacingLeft=6;fontStyle=5;overflow=hidden;whiteSpace=wrap;html=1;" value="tripID" vertex="1">
          <mxGeometry height="30" width="150" x="30" as="geometry">
            <mxRectangle height="30" width="150" as="alternateBounds" />
          </mxGeometry>
        </mxCell>
        <mxCell id="OnuUYCShp_7tIGQlhjLA-146" parent="OnuUYCShp_7tIGQlhjLA-142" style="shape=tableRow;horizontal=0;startSize=0;swimlaneHead=0;swimlaneBody=0;fillColor=none;collapsible=0;dropTarget=0;points=[[0,0.5],[1,0.5]];portConstraint=eastwest;top=0;left=0;right=0;bottom=0;" value="" vertex="1">
          <mxGeometry height="30" width="180" y="60" as="geometry" />
        </mxCell>
        <mxCell id="OnuUYCShp_7tIGQlhjLA-147" parent="OnuUYCShp_7tIGQlhjLA-146" style="shape=partialRectangle;connectable=0;fillColor=none;top=0;left=0;bottom=0;right=0;editable=1;overflow=hidden;whiteSpace=wrap;html=1;" value="" vertex="1">
          <mxGeometry height="30" width="30" as="geometry">
            <mxRectangle height="30" width="30" as="alternateBounds" />
          </mxGeometry>
        </mxCell>
        <mxCell id="OnuUYCShp_7tIGQlhjLA-148" parent="OnuUYCShp_7tIGQlhjLA-146" style="shape=partialRectangle;connectable=0;fillColor=none;top=0;left=0;bottom=0;right=0;align=left;spacingLeft=6;overflow=hidden;whiteSpace=wrap;html=1;" value="requestID" vertex="1">
          <mxGeometry height="30" width="150" x="30" as="geometry">
            <mxRectangle height="30" width="150" as="alternateBounds" />
          </mxGeometry>
        </mxCell>
        <mxCell id="OnuUYCShp_7tIGQlhjLA-149" parent="OnuUYCShp_7tIGQlhjLA-142" style="shape=tableRow;horizontal=0;startSize=0;swimlaneHead=0;swimlaneBody=0;fillColor=none;collapsible=0;dropTarget=0;points=[[0,0.5],[1,0.5]];portConstraint=eastwest;top=0;left=0;right=0;bottom=0;" value="" vertex="1">
          <mxGeometry height="30" width="180" y="90" as="geometry" />
        </mxCell>
        <mxCell id="OnuUYCShp_7tIGQlhjLA-150" parent="OnuUYCShp_7tIGQlhjLA-149" style="shape=partialRectangle;connectable=0;fillColor=none;top=0;left=0;bottom=0;right=0;editable=1;overflow=hidden;whiteSpace=wrap;html=1;" value="" vertex="1">
          <mxGeometry height="30" width="30" as="geometry">
            <mxRectangle height="30" width="30" as="alternateBounds" />
          </mxGeometry>
        </mxCell>
        <mxCell id="OnuUYCShp_7tIGQlhjLA-151" parent="OnuUYCShp_7tIGQlhjLA-149" style="shape=partialRectangle;connectable=0;fillColor=none;top=0;left=0;bottom=0;right=0;align=left;spacingLeft=6;overflow=hidden;whiteSpace=wrap;html=1;" value="vehicleID" vertex="1">
          <mxGeometry height="30" width="150" x="30" as="geometry">
            <mxRectangle height="30" width="150" as="alternateBounds" />
          </mxGeometry>
        </mxCell>
        <mxCell id="OnuUYCShp_7tIGQlhjLA-152" parent="OnuUYCShp_7tIGQlhjLA-142" style="shape=tableRow;horizontal=0;startSize=0;swimlaneHead=0;swimlaneBody=0;fillColor=none;collapsible=0;dropTarget=0;points=[[0,0.5],[1,0.5]];portConstraint=eastwest;top=0;left=0;right=0;bottom=0;" value="" vertex="1">
          <mxGeometry height="30" width="180" y="120" as="geometry" />
        </mxCell>
        <mxCell id="OnuUYCShp_7tIGQlhjLA-153" parent="OnuUYCShp_7tIGQlhjLA-152" style="shape=partialRectangle;connectable=0;fillColor=none;top=0;left=0;bottom=0;right=0;editable=1;overflow=hidden;whiteSpace=wrap;html=1;" value="" vertex="1">
          <mxGeometry height="30" width="30" as="geometry">
            <mxRectangle height="30" width="30" as="alternateBounds" />
          </mxGeometry>
        </mxCell>
        <mxCell id="OnuUYCShp_7tIGQlhjLA-154" parent="OnuUYCShp_7tIGQlhjLA-152" style="shape=partialRectangle;connectable=0;fillColor=none;top=0;left=0;bottom=0;right=0;align=left;spacingLeft=6;overflow=hidden;whiteSpace=wrap;html=1;" value="logistID" vertex="1">
          <mxGeometry height="30" width="150" x="30" as="geometry">
            <mxRectangle height="30" width="150" as="alternateBounds" />
          </mxGeometry>
        </mxCell>
        <mxCell id="OnuUYCShp_7tIGQlhjLA-274" parent="OnuUYCShp_7tIGQlhjLA-142" style="shape=tableRow;horizontal=0;startSize=0;swimlaneHead=0;swimlaneBody=0;fillColor=none;collapsible=0;dropTarget=0;points=[[0,0.5],[1,0.5]];portConstraint=eastwest;top=0;left=0;right=0;bottom=0;" value="" vertex="1">
          <mxGeometry height="30" width="180" y="150" as="geometry" />
        </mxCell>
        <mxCell id="OnuUYCShp_7tIGQlhjLA-275" parent="OnuUYCShp_7tIGQlhjLA-274" style="shape=partialRectangle;connectable=0;fillColor=none;top=0;left=0;bottom=0;right=0;editable=1;overflow=hidden;whiteSpace=wrap;html=1;" value="" vertex="1">
          <mxGeometry height="30" width="30" as="geometry">
            <mxRectangle height="30" width="30" as="alternateBounds" />
          </mxGeometry>
        </mxCell>
        <mxCell id="OnuUYCShp_7tIGQlhjLA-276" parent="OnuUYCShp_7tIGQlhjLA-274" style="shape=partialRectangle;connectable=0;fillColor=none;top=0;left=0;bottom=0;right=0;align=left;spacingLeft=6;overflow=hidden;whiteSpace=wrap;html=1;" value="start_date" vertex="1">
          <mxGeometry height="30" width="150" x="30" as="geometry">
            <mxRectangle height="30" width="150" as="alternateBounds" />
          </mxGeometry>
        </mxCell>
        <mxCell id="OnuUYCShp_7tIGQlhjLA-277" parent="OnuUYCShp_7tIGQlhjLA-142" style="shape=tableRow;horizontal=0;startSize=0;swimlaneHead=0;swimlaneBody=0;fillColor=none;collapsible=0;dropTarget=0;points=[[0,0.5],[1,0.5]];portConstraint=eastwest;top=0;left=0;right=0;bottom=0;" value="" vertex="1">
          <mxGeometry height="30" width="180" y="180" as="geometry" />
        </mxCell>
        <mxCell id="OnuUYCShp_7tIGQlhjLA-278" parent="OnuUYCShp_7tIGQlhjLA-277" style="shape=partialRectangle;connectable=0;fillColor=none;top=0;left=0;bottom=0;right=0;editable=1;overflow=hidden;whiteSpace=wrap;html=1;" value="" vertex="1">
          <mxGeometry height="30" width="30" as="geometry">
            <mxRectangle height="30" width="30" as="alternateBounds" />
          </mxGeometry>
        </mxCell>
        <mxCell id="OnuUYCShp_7tIGQlhjLA-279" parent="OnuUYCShp_7tIGQlhjLA-277" style="shape=partialRectangle;connectable=0;fillColor=none;top=0;left=0;bottom=0;right=0;align=left;spacingLeft=6;overflow=hidden;whiteSpace=wrap;html=1;" value="end_date" vertex="1">
          <mxGeometry height="30" width="150" x="30" as="geometry">
            <mxRectangle height="30" width="150" as="alternateBounds" />
          </mxGeometry>
        </mxCell>
        <mxCell id="OnuUYCShp_7tIGQlhjLA-280" parent="OnuUYCShp_7tIGQlhjLA-142" style="shape=tableRow;horizontal=0;startSize=0;swimlaneHead=0;swimlaneBody=0;fillColor=none;collapsible=0;dropTarget=0;points=[[0,0.5],[1,0.5]];portConstraint=eastwest;top=0;left=0;right=0;bottom=0;" value="" vertex="1">
          <mxGeometry height="30" width="180" y="210" as="geometry" />
        </mxCell>
        <mxCell id="OnuUYCShp_7tIGQlhjLA-281" parent="OnuUYCShp_7tIGQlhjLA-280" style="shape=partialRectangle;connectable=0;fillColor=none;top=0;left=0;bottom=0;right=0;editable=1;overflow=hidden;whiteSpace=wrap;html=1;" value="" vertex="1">
          <mxGeometry height="30" width="30" as="geometry">
            <mxRectangle height="30" width="30" as="alternateBounds" />
          </mxGeometry>
        </mxCell>
        <mxCell id="OnuUYCShp_7tIGQlhjLA-282" parent="OnuUYCShp_7tIGQlhjLA-280" style="shape=partialRectangle;connectable=0;fillColor=none;top=0;left=0;bottom=0;right=0;align=left;spacingLeft=6;overflow=hidden;whiteSpace=wrap;html=1;" value="status" vertex="1">
          <mxGeometry height="30" width="150" x="30" as="geometry">
            <mxRectangle height="30" width="150" as="alternateBounds" />
          </mxGeometry>
        </mxCell>
-         <mxCell id="OnuUYCShp_7tIGQlhjLA-155" parent="1" style="shape=table;startSize=30;container=1;collapsible=1;childLayout=tableLayout;fixedRows=1;rowLines=0;fontStyle=1;align=center;resizeLast=1;html=1;" value="МАШИНА" vertex="1">
+         <mxCell id="OnuUYCShp_7tIGQlhjLA-155" parent="1" style="shape=table;startSize=30;container=1;collapsible=1;childLayout=tableLayout;fixedRows=1;rowLines=0;fontStyle=1;align=center;resizeLast=1;html=1;" value="Vehicles" vertex="1">
          <mxGeometry height="150" width="180" x="930" y="480" as="geometry" />
        </mxCell>
        <mxCell id="OnuUYCShp_7tIGQlhjLA-156" parent="OnuUYCShp_7tIGQlhjLA-155" style="shape=tableRow;horizontal=0;startSize=0;swimlaneHead=0;swimlaneBody=0;fillColor=none;collapsible=0;dropTarget=0;points=[[0,0.5],[1,0.5]];portConstraint=eastwest;top=0;left=0;right=0;bottom=1;" value="" vertex="1">
          <mxGeometry height="30" width="180" y="30" as="geometry" />
        </mxCell>
        <mxCell id="OnuUYCShp_7tIGQlhjLA-157" parent="OnuUYCShp_7tIGQlhjLA-156" style="shape=partialRectangle;connectable=0;fillColor=none;top=0;left=0;bottom=0;right=0;fontStyle=1;overflow=hidden;whiteSpace=wrap;html=1;" value="PK" vertex="1">
          <mxGeometry height="30" width="30" as="geometry">
            <mxRectangle height="30" width="30" as="alternateBounds" />
          </mxGeometry>
        </mxCell>
        <mxCell id="OnuUYCShp_7tIGQlhjLA-158" parent="OnuUYCShp_7tIGQlhjLA-156" style="shape=partialRectangle;connectable=0;fillColor=none;top=0;left=0;bottom=0;right=0;align=left;spacingLeft=6;fontStyle=5;overflow=hidden;whiteSpace=wrap;html=1;" value="vehicleID" vertex="1">
          <mxGeometry height="30" width="150" x="30" as="geometry">
            <mxRectangle height="30" width="150" as="alternateBounds" />
          </mxGeometry>
        </mxCell>
        <mxCell id="OnuUYCShp_7tIGQlhjLA-159" parent="OnuUYCShp_7tIGQlhjLA-155" style="shape=tableRow;horizontal=0;startSize=0;swimlaneHead=0;swimlaneBody=0;fillColor=none;collapsible=0;dropTarget=0;points=[[0,0.5],[1,0.5]];portConstraint=eastwest;top=0;left=0;right=0;bottom=0;" value="" vertex="1">
          <mxGeometry height="30" width="180" y="60" as="geometry" />
        </mxCell>
        <mxCell id="OnuUYCShp_7tIGQlhjLA-160" parent="OnuUYCShp_7tIGQlhjLA-159" style="shape=partialRectangle;connectable=0;fillColor=none;top=0;left=0;bottom=0;right=0;editable=1;overflow=hidden;whiteSpace=wrap;html=1;" value="" vertex="1">
          <mxGeometry height="30" width="30" as="geometry">
            <mxRectangle height="30" width="30" as="alternateBounds" />
          </mxGeometry>
        </mxCell>
        <mxCell id="OnuUYCShp_7tIGQlhjLA-161" parent="OnuUYCShp_7tIGQlhjLA-159" style="shape=partialRectangle;connectable=0;fillColor=none;top=0;left=0;bottom=0;right=0;align=left;spacingLeft=6;overflow=hidden;whiteSpace=wrap;html=1;" value="plate_number" vertex="1">
          <mxGeometry height="30" width="150" x="30" as="geometry">
            <mxRectangle height="30" width="150" as="alternateBounds" />
          </mxGeometry>
        </mxCell>
        <mxCell id="OnuUYCShp_7tIGQlhjLA-162" parent="OnuUYCShp_7tIGQlhjLA-155" style="shape=tableRow;horizontal=0;startSize=0;swimlaneHead=0;swimlaneBody=0;fillColor=none;collapsible=0;dropTarget=0;points=[[0,0.5],[1,0.5]];portConstraint=eastwest;top=0;left=0;right=0;bottom=0;" value="" vertex="1">
          <mxGeometry height="30" width="180" y="90" as="geometry" />
        </mxCell>
        <mxCell id="OnuUYCShp_7tIGQlhjLA-163" parent="OnuUYCShp_7tIGQlhjLA-162" style="shape=partialRectangle;connectable=0;fillColor=none;top=0;left=0;bottom=0;right=0;editable=1;overflow=hidden;whiteSpace=wrap;html=1;" value="" vertex="1">
          <mxGeometry height="30" width="30" as="geometry">
            <mxRectangle height="30" width="30" as="alternateBounds" />
          </mxGeometry>
        </mxCell>
        <mxCell id="OnuUYCShp_7tIGQlhjLA-164" parent="OnuUYCShp_7tIGQlhjLA-162" style="shape=partialRectangle;connectable=0;fillColor=none;top=0;left=0;bottom=0;right=0;align=left;spacingLeft=6;overflow=hidden;whiteSpace=wrap;html=1;" value="capacity" vertex="1">
          <mxGeometry height="30" width="150" x="30" as="geometry">
            <mxRectangle height="30" width="150" as="alternateBounds" />
          </mxGeometry>
        </mxCell>
        <mxCell id="OnuUYCShp_7tIGQlhjLA-165" parent="OnuUYCShp_7tIGQlhjLA-155" style="shape=tableRow;horizontal=0;startSize=0;swimlaneHead=0;swimlaneBody=0;fillColor=none;collapsible=0;dropTarget=0;points=[[0,0.5],[1,0.5]];portConstraint=eastwest;top=0;left=0;right=0;bottom=0;" value="" vertex="1">
          <mxGeometry height="30" width="180" y="120" as="geometry" />
        </mxCell>
        <mxCell id="OnuUYCShp_7tIGQlhjLA-166" parent="OnuUYCShp_7tIGQlhjLA-165" style="shape=partialRectangle;connectable=0;fillColor=none;top=0;left=0;bottom=0;right=0;editable=1;overflow=hidden;whiteSpace=wrap;html=1;" value="" vertex="1">
          <mxGeometry height="30" width="30" as="geometry">
            <mxRectangle height="30" width="30" as="alternateBounds" />
          </mxGeometry>
        </mxCell>
        <mxCell id="OnuUYCShp_7tIGQlhjLA-167" parent="OnuUYCShp_7tIGQlhjLA-165" style="shape=partialRectangle;connectable=0;fillColor=none;top=0;left=0;bottom=0;right=0;align=left;spacingLeft=6;overflow=hidden;whiteSpace=wrap;html=1;" value="status" vertex="1">
          <mxGeometry height="30" width="150" x="30" as="geometry">
            <mxRectangle height="30" width="150" as="alternateBounds" />
          </mxGeometry>
        </mxCell>
-         <mxCell id="OnuUYCShp_7tIGQlhjLA-168" parent="1" style="shape=table;startSize=30;container=1;collapsible=1;childLayout=tableLayout;fixedRows=1;rowLines=0;fontStyle=1;align=center;resizeLast=1;html=1;" value="МЕНЕДЖЕР" vertex="1">
+         <mxCell id="OnuUYCShp_7tIGQlhjLA-168" parent="1" style="shape=table;startSize=30;container=1;collapsible=1;childLayout=tableLayout;fixedRows=1;rowLines=0;fontStyle=1;align=center;resizeLast=1;html=1;" value="Managers" vertex="1">
          <mxGeometry height="120" width="180" x="400" y="190" as="geometry" />
        </mxCell>
        <mxCell id="OnuUYCShp_7tIGQlhjLA-169" parent="OnuUYCShp_7tIGQlhjLA-168" style="shape=tableRow;horizontal=0;startSize=0;swimlaneHead=0;swimlaneBody=0;fillColor=none;collapsible=0;dropTarget=0;points=[[0,0.5],[1,0.5]];portConstraint=eastwest;top=0;left=0;right=0;bottom=1;" value="" vertex="1">
          <mxGeometry height="30" width="180" y="30" as="geometry" />
        </mxCell>
        <mxCell id="OnuUYCShp_7tIGQlhjLA-170" parent="OnuUYCShp_7tIGQlhjLA-169" style="shape=partialRectangle;connectable=0;fillColor=none;top=0;left=0;bottom=0;right=0;fontStyle=1;overflow=hidden;whiteSpace=wrap;html=1;" value="PK" vertex="1">
          <mxGeometry height="30" width="30" as="geometry">
            <mxRectangle height="30" width="30" as="alternateBounds" />
          </mxGeometry>
        </mxCell>
        <mxCell id="OnuUYCShp_7tIGQlhjLA-171" parent="OnuUYCShp_7tIGQlhjLA-169" style="shape=partialRectangle;connectable=0;fillColor=none;top=0;left=0;bottom=0;right=0;align=left;spacingLeft=6;fontStyle=5;overflow=hidden;whiteSpace=wrap;html=1;" value="managerID" vertex="1">
          <mxGeometry height="30" width="150" x="30" as="geometry">
            <mxRectangle height="30" width="150" as="alternateBounds" />
          </mxGeometry>
        </mxCell>
        <mxCell id="OnuUYCShp_7tIGQlhjLA-172" parent="OnuUYCShp_7tIGQlhjLA-168" style="shape=tableRow;horizontal=0;startSize=0;swimlaneHead=0;swimlaneBody=0;fillColor=none;collapsible=0;dropTarget=0;points=[[0,0.5],[1,0.5]];portConstraint=eastwest;top=0;left=0;right=0;bottom=0;" value="" vertex="1">
          <mxGeometry height="30" width="180" y="60" as="geometry" />
        </mxCell>
        <mxCell id="OnuUYCShp_7tIGQlhjLA-173" parent="OnuUYCShp_7tIGQlhjLA-172" style="shape=partialRectangle;connectable=0;fillColor=none;top=0;left=0;bottom=0;right=0;editable=1;overflow=hidden;whiteSpace=wrap;html=1;" value="" vertex="1">
          <mxGeometry height="30" width="30" as="geometry">
            <mxRectangle height="30" width="30" as="alternateBounds" />
          </mxGeometry>
        </mxCell>
        <mxCell id="OnuUYCShp_7tIGQlhjLA-174" parent="OnuUYCShp_7tIGQlhjLA-172" style="shape=partialRectangle;connectable=0;fillColor=none;top=0;left=0;bottom=0;right=0;align=left;spacingLeft=6;overflow=hidden;whiteSpace=wrap;html=1;" value="full_name" vertex="1">
          <mxGeometry height="30" width="150" x="30" as="geometry">
            <mxRectangle height="30" width="150" as="alternateBounds" />
          </mxGeometry>
        </mxCell>
        <mxCell id="OnuUYCShp_7tIGQlhjLA-175" parent="OnuUYCShp_7tIGQlhjLA-168" style="shape=tableRow;horizontal=0;startSize=0;swimlaneHead=0;swimlaneBody=0;fillColor=none;collapsible=0;dropTarget=0;points=[[0,0.5],[1,0.5]];portConstraint=eastwest;top=0;left=0;right=0;bottom=0;" value="" vertex="1">
          <mxGeometry height="30" width="180" y="90" as="geometry" />
        </mxCell>
        <mxCell id="OnuUYCShp_7tIGQlhjLA-176" parent="OnuUYCShp_7tIGQlhjLA-175" style="shape=partialRectangle;connectable=0;fillColor=none;top=0;left=0;bottom=0;right=0;editable=1;overflow=hidden;whiteSpace=wrap;html=1;" value="" vertex="1">
          <mxGeometry height="30" width="30" as="geometry">
            <mxRectangle height="30" width="30" as="alternateBounds" />
          </mxGeometry>
        </mxCell>
        <mxCell id="OnuUYCShp_7tIGQlhjLA-177" parent="OnuUYCShp_7tIGQlhjLA-175" style="shape=partialRectangle;connectable=0;fillColor=none;top=0;left=0;bottom=0;right=0;align=left;spacingLeft=6;overflow=hidden;whiteSpace=wrap;html=1;" value="email" vertex="1">
          <mxGeometry height="30" width="150" x="30" as="geometry">
            <mxRectangle height="30" width="150" as="alternateBounds" />
          </mxGeometry>
        </mxCell>
-         <mxCell id="OnuUYCShp_7tIGQlhjLA-181" parent="1" style="shape=table;startSize=30;container=1;collapsible=1;childLayout=tableLayout;fixedRows=1;rowLines=0;fontStyle=1;align=center;resizeLast=1;html=1;" value="ПЛАТЁЖ" vertex="1">
+         <mxCell id="OnuUYCShp_7tIGQlhjLA-181" parent="1" style="shape=table;startSize=30;container=1;collapsible=1;childLayout=tableLayout;fixedRows=1;rowLines=0;fontStyle=1;align=center;resizeLast=1;html=1;" value="Payments" vertex="1">
          <mxGeometry height="180" width="180" x="690" y="670" as="geometry" />
        </mxCell>
        <mxCell id="OnuUYCShp_7tIGQlhjLA-182" parent="OnuUYCShp_7tIGQlhjLA-181" style="shape=tableRow;horizontal=0;startSize=0;swimlaneHead=0;swimlaneBody=0;fillColor=none;collapsible=0;dropTarget=0;points=[[0,0.5],[1,0.5]];portConstraint=eastwest;top=0;left=0;right=0;bottom=1;" value="" vertex="1">
          <mxGeometry height="30" width="180" y="30" as="geometry" />
        </mxCell>
        <mxCell id="OnuUYCShp_7tIGQlhjLA-183" parent="OnuUYCShp_7tIGQlhjLA-182" style="shape=partialRectangle;connectable=0;fillColor=none;top=0;left=0;bottom=0;right=0;fontStyle=1;overflow=hidden;whiteSpace=wrap;html=1;" value="PK" vertex="1">
          <mxGeometry height="30" width="30" as="geometry">
            <mxRectangle height="30" width="30" as="alternateBounds" />
          </mxGeometry>
        </mxCell>
        <mxCell id="OnuUYCShp_7tIGQlhjLA-184" parent="OnuUYCShp_7tIGQlhjLA-182" style="shape=partialRectangle;connectable=0;fillColor=none;top=0;left=0;bottom=0;right=0;align=left;spacingLeft=6;fontStyle=5;overflow=hidden;whiteSpace=wrap;html=1;" value="paymentID" vertex="1">
          <mxGeometry height="30" width="150" x="30" as="geometry">
            <mxRectangle height="30" width="150" as="alternateBounds" />
          </mxGeometry>
        </mxCell>
        <mxCell id="OnuUYCShp_7tIGQlhjLA-185" parent="OnuUYCShp_7tIGQlhjLA-181" style="shape=tableRow;horizontal=0;startSize=0;swimlaneHead=0;swimlaneBody=0;fillColor=none;collapsible=0;dropTarget=0;points=[[0,0.5],[1,0.5]];portConstraint=eastwest;top=0;left=0;right=0;bottom=0;" value="" vertex="1">
          <mxGeometry height="30" width="180" y="60" as="geometry" />
        </mxCell>
        <mxCell id="OnuUYCShp_7tIGQlhjLA-186" parent="OnuUYCShp_7tIGQlhjLA-185" style="shape=partialRectangle;connectable=0;fillColor=none;top=0;left=0;bottom=0;right=0;editable=1;overflow=hidden;whiteSpace=wrap;html=1;" value="FK" vertex="1">
          <mxGeometry height="30" width="30" as="geometry">
            <mxRectangle height="30" width="30" as="alternateBounds" />
          </mxGeometry>
        </mxCell>
        <mxCell id="OnuUYCShp_7tIGQlhjLA-187" parent="OnuUYCShp_7tIGQlhjLA-185" style="shape=partialRectangle;connectable=0;fillColor=none;top=0;left=0;bottom=0;right=0;align=left;spacingLeft=6;overflow=hidden;whiteSpace=wrap;html=1;" value="invoiceID" vertex="1">
          <mxGeometry height="30" width="150" x="30" as="geometry">
            <mxRectangle height="30" width="150" as="alternateBounds" />
          </mxGeometry>
        </mxCell>
        <mxCell id="OnuUYCShp_7tIGQlhjLA-188" parent="OnuUYCShp_7tIGQlhjLA-181" style="shape=tableRow;horizontal=0;startSize=0;swimlaneHead=0;swimlaneBody=0;fillColor=none;collapsible=0;dropTarget=0;points=[[0,0.5],[1,0.5]];portConstraint=eastwest;top=0;left=0;right=0;bottom=0;" value="" vertex="1">
          <mxGeometry height="30" width="180" y="90" as="geometry" />
        </mxCell>
        <mxCell id="OnuUYCShp_7tIGQlhjLA-189" parent="OnuUYCShp_7tIGQlhjLA-188" style="shape=partialRectangle;connectable=0;fillColor=none;top=0;left=0;bottom=0;right=0;editable=1;overflow=hidden;whiteSpace=wrap;html=1;" value="" vertex="1">
          <mxGeometry height="30" width="30" as="geometry">
            <mxRectangle height="30" width="30" as="alternateBounds" />
          </mxGeometry>
        </mxCell>
        <mxCell id="OnuUYCShp_7tIGQlhjLA-190" parent="OnuUYCShp_7tIGQlhjLA-188" style="shape=partialRectangle;connectable=0;fillColor=none;top=0;left=0;bottom=0;right=0;align=left;spacingLeft=6;overflow=hidden;whiteSpace=wrap;html=1;" value="payment_date" vertex="1">
          <mxGeometry height="30" width="150" x="30" as="geometry">
            <mxRectangle height="30" width="150" as="alternateBounds" />
          </mxGeometry>
        </mxCell>
        <mxCell id="OnuUYCShp_7tIGQlhjLA-191" parent="OnuUYCShp_7tIGQlhjLA-181" style="shape=tableRow;horizontal=0;startSize=0;swimlaneHead=0;swimlaneBody=0;fillColor=none;collapsible=0;dropTarget=0;points=[[0,0.5],[1,0.5]];portConstraint=eastwest;top=0;left=0;right=0;bottom=0;" value="" vertex="1">
          <mxGeometry height="30" width="180" y="120" as="geometry" />
        </mxCell>
        <mxCell id="OnuUYCShp_7tIGQlhjLA-192" parent="OnuUYCShp_7tIGQlhjLA-191" style="shape=partialRectangle;connectable=0;fillColor=none;top=0;left=0;bottom=0;right=0;editable=1;overflow=hidden;whiteSpace=wrap;html=1;" value="" vertex="1">
          <mxGeometry height="30" width="30" as="geometry">
            <mxRectangle height="30" width="30" as="alternateBounds" />
          </mxGeometry>
        </mxCell>
        <mxCell id="OnuUYCShp_7tIGQlhjLA-193" parent="OnuUYCShp_7tIGQlhjLA-191" style="shape=partialRectangle;connectable=0;fillColor=none;top=0;left=0;bottom=0;right=0;align=left;spacingLeft=6;overflow=hidden;whiteSpace=wrap;html=1;" value="amount" vertex="1">
          <mxGeometry height="30" width="150" x="30" as="geometry">
            <mxRectangle height="30" width="150" as="alternateBounds" />
          </mxGeometry>
        </mxCell>
        <mxCell id="OnuUYCShp_7tIGQlhjLA-258" parent="OnuUYCShp_7tIGQlhjLA-181" style="shape=tableRow;horizontal=0;startSize=0;swimlaneHead=0;swimlaneBody=0;fillColor=none;collapsible=0;dropTarget=0;points=[[0,0.5],[1,0.5]];portConstraint=eastwest;top=0;left=0;right=0;bottom=0;" value="" vertex="1">
          <mxGeometry height="30" width="180" y="150" as="geometry" />
        </mxCell>
        <mxCell id="OnuUYCShp_7tIGQlhjLA-259" parent="OnuUYCShp_7tIGQlhjLA-258" style="shape=partialRectangle;connectable=0;fillColor=none;top=0;left=0;bottom=0;right=0;editable=1;overflow=hidden;whiteSpace=wrap;html=1;" value="" vertex="1">
          <mxGeometry height="30" width="30" as="geometry">
            <mxRectangle height="30" width="30" as="alternateBounds" />
          </mxGeometry>
        </mxCell>
        <mxCell id="OnuUYCShp_7tIGQlhjLA-260" parent="OnuUYCShp_7tIGQlhjLA-258" style="shape=partialRectangle;connectable=0;fillColor=none;top=0;left=0;bottom=0;right=0;align=left;spacingLeft=6;overflow=hidden;whiteSpace=wrap;html=1;" value="status" vertex="1">
          <mxGeometry height="30" width="150" x="30" as="geometry">
            <mxRectangle height="30" width="150" as="alternateBounds" />
          </mxGeometry>
        </mxCell>
-         <mxCell id="OnuUYCShp_7tIGQlhjLA-194" parent="1" style="shape=table;startSize=30;container=1;collapsible=1;childLayout=tableLayout;fixedRows=1;rowLines=0;fontStyle=1;align=center;resizeLast=1;html=1;" value="ЛОГИСТ" vertex="1">
+         <mxCell id="OnuUYCShp_7tIGQlhjLA-194" parent="1" style="shape=table;startSize=30;container=1;collapsible=1;childLayout=tableLayout;fixedRows=1;rowLines=0;fontStyle=1;align=center;resizeLast=1;html=1;" value="Logisticians" vertex="1">
          <mxGeometry height="120" width="180" x="690" y="190" as="geometry" />
        </mxCell>
        <mxCell id="OnuUYCShp_7tIGQlhjLA-195" parent="OnuUYCShp_7tIGQlhjLA-194" style="shape=tableRow;horizontal=0;startSize=0;swimlaneHead=0;swimlaneBody=0;fillColor=none;collapsible=0;dropTarget=0;points=[[0,0.5],[1,0.5]];portConstraint=eastwest;top=0;left=0;right=0;bottom=1;" value="" vertex="1">
          <mxGeometry height="30" width="180" y="30" as="geometry" />
        </mxCell>
        <mxCell id="OnuUYCShp_7tIGQlhjLA-196" parent="OnuUYCShp_7tIGQlhjLA-195" style="shape=partialRectangle;connectable=0;fillColor=none;top=0;left=0;bottom=0;right=0;fontStyle=1;overflow=hidden;whiteSpace=wrap;html=1;" value="PK" vertex="1">
          <mxGeometry height="30" width="30" as="geometry">
            <mxRectangle height="30" width="30" as="alternateBounds" />
          </mxGeometry>
        </mxCell>
        <mxCell id="OnuUYCShp_7tIGQlhjLA-197" parent="OnuUYCShp_7tIGQlhjLA-195" style="shape=partialRectangle;connectable=0;fillColor=none;top=0;left=0;bottom=0;right=0;align=left;spacingLeft=6;fontStyle=5;overflow=hidden;whiteSpace=wrap;html=1;" value="logistID" vertex="1">
          <mxGeometry height="30" width="150" x="30" as="geometry">
            <mxRectangle height="30" width="150" as="alternateBounds" />
          </mxGeometry>
        </mxCell>
        <mxCell id="OnuUYCShp_7tIGQlhjLA-198" parent="OnuUYCShp_7tIGQlhjLA-194" style="shape=tableRow;horizontal=0;startSize=0;swimlaneHead=0;swimlaneBody=0;fillColor=none;collapsible=0;dropTarget=0;points=[[0,0.5],[1,0.5]];portConstraint=eastwest;top=0;left=0;right=0;bottom=0;" value="" vertex="1">
          <mxGeometry height="30" width="180" y="60" as="geometry" />
        </mxCell>
        <mxCell id="OnuUYCShp_7tIGQlhjLA-199" parent="OnuUYCShp_7tIGQlhjLA-198" style="shape=partialRectangle;connectable=0;fillColor=none;top=0;left=0;bottom=0;right=0;editable=1;overflow=hidden;whiteSpace=wrap;html=1;" value="" vertex="1">
          <mxGeometry height="30" width="30" as="geometry">
            <mxRectangle height="30" width="30" as="alternateBounds" />
          </mxGeometry>
        </mxCell>
        <mxCell id="OnuUYCShp_7tIGQlhjLA-200" parent="OnuUYCShp_7tIGQlhjLA-198" style="shape=partialRectangle;connectable=0;fillColor=none;top=0;left=0;bottom=0;right=0;align=left;spacingLeft=6;overflow=hidden;whiteSpace=wrap;html=1;" value="full_name" vertex="1">
          <mxGeometry height="30" width="150" x="30" as="geometry">
            <mxRectangle height="30" width="150" as="alternateBounds" />
          </mxGeometry>
        </mxCell>
        <mxCell id="OnuUYCShp_7tIGQlhjLA-201" parent="OnuUYCShp_7tIGQlhjLA-194" style="shape=tableRow;horizontal=0;startSize=0;swimlaneHead=0;swimlaneBody=0;fillColor=none;collapsible=0;dropTarget=0;points=[[0,0.5],[1,0.5]];portConstraint=eastwest;top=0;left=0;right=0;bottom=0;" value="" vertex="1">
          <mxGeometry height="30" width="180" y="90" as="geometry" />
        </mxCell>
        <mxCell id="OnuUYCShp_7tIGQlhjLA-202" parent="OnuUYCShp_7tIGQlhjLA-201" style="shape=partialRectangle;connectable=0;fillColor=none;top=0;left=0;bottom=0;right=0;editable=1;overflow=hidden;whiteSpace=wrap;html=1;" value="" vertex="1">
          <mxGeometry height="30" width="30" as="geometry">
            <mxRectangle height="30" width="30" as="alternateBounds" />
          </mxGeometry>
        </mxCell>
        <mxCell id="OnuUYCShp_7tIGQlhjLA-203" parent="OnuUYCShp_7tIGQlhjLA-201" style="shape=partialRectangle;connectable=0;fillColor=none;top=0;left=0;bottom=0;right=0;align=left;spacingLeft=6;overflow=hidden;whiteSpace=wrap;html=1;" value="email" vertex="1">
          <mxGeometry height="30" width="150" x="30" as="geometry">
            <mxRectangle height="30" width="150" as="alternateBounds" />
          </mxGeometry>
        </mxCell>
-         <mxCell id="OnuUYCShp_7tIGQlhjLA-284" parent="1" style="shape=table;startSize=30;container=1;collapsible=1;childLayout=tableLayout;fixedRows=1;rowLines=0;fontStyle=1;align=center;resizeLast=1;html=1;" value="ДОКУМЕНТЫ" vertex="1">
+         <mxCell id="OnuUYCShp_7tIGQlhjLA-284" parent="1" style="shape=table;startSize=30;container=1;collapsible=1;childLayout=tableLayout;fixedRows=1;rowLines=0;fontStyle=1;align=center;resizeLast=1;html=1;" value="Documents" vertex="1">
          <mxGeometry height="180" width="180" x="930" y="160" as="geometry" />
        </mxCell>
        <mxCell id="OnuUYCShp_7tIGQlhjLA-285" parent="OnuUYCShp_7tIGQlhjLA-284" style="shape=tableRow;horizontal=0;startSize=0;swimlaneHead=0;swimlaneBody=0;fillColor=none;collapsible=0;dropTarget=0;points=[[0,0.5],[1,0.5]];portConstraint=eastwest;top=0;left=0;right=0;bottom=1;" value="" vertex="1">
          <mxGeometry height="30" width="180" y="30" as="geometry" />
        </mxCell>
        <mxCell id="OnuUYCShp_7tIGQlhjLA-286" parent="OnuUYCShp_7tIGQlhjLA-285" style="shape=partialRectangle;connectable=0;fillColor=none;top=0;left=0;bottom=0;right=0;fontStyle=1;overflow=hidden;whiteSpace=wrap;html=1;" value="PK" vertex="1">
          <mxGeometry height="30" width="30" as="geometry">
            <mxRectangle height="30" width="30" as="alternateBounds" />
          </mxGeometry>
        </mxCell>
        <mxCell id="OnuUYCShp_7tIGQlhjLA-287" parent="OnuUYCShp_7tIGQlhjLA-285" style="shape=partialRectangle;connectable=0;fillColor=none;top=0;left=0;bottom=0;right=0;align=left;spacingLeft=6;fontStyle=5;overflow=hidden;whiteSpace=wrap;html=1;" value="documentID" vertex="1">
          <mxGeometry height="30" width="150" x="30" as="geometry">
            <mxRectangle height="30" width="150" as="alternateBounds" />
          </mxGeometry>
        </mxCell>
        <mxCell id="OnuUYCShp_7tIGQlhjLA-288" parent="OnuUYCShp_7tIGQlhjLA-284" style="shape=tableRow;horizontal=0;startSize=0;swimlaneHead=0;swimlaneBody=0;fillColor=none;collapsible=0;dropTarget=0;points=[[0,0.5],[1,0.5]];portConstraint=eastwest;top=0;left=0;right=0;bottom=0;" value="" vertex="1">
          <mxGeometry height="30" width="180" y="60" as="geometry" />
        </mxCell>
        <mxCell id="OnuUYCShp_7tIGQlhjLA-289" parent="OnuUYCShp_7tIGQlhjLA-288" style="shape=partialRectangle;connectable=0;fillColor=none;top=0;left=0;bottom=0;right=0;editable=1;overflow=hidden;whiteSpace=wrap;html=1;" value="FK" vertex="1">
          <mxGeometry height="30" width="30" as="geometry">
            <mxRectangle height="30" width="30" as="alternateBounds" />
          </mxGeometry>
        </mxCell>
        <mxCell id="OnuUYCShp_7tIGQlhjLA-290" parent="OnuUYCShp_7tIGQlhjLA-288" style="shape=partialRectangle;connectable=0;fillColor=none;top=0;left=0;bottom=0;right=0;align=left;spacingLeft=6;overflow=hidden;whiteSpace=wrap;html=1;" value="tripID" vertex="1">
          <mxGeometry height="30" width="150" x="30" as="geometry">
            <mxRectangle height="30" width="150" as="alternateBounds" />
          </mxGeometry>
        </mxCell>
        <mxCell id="OnuUYCShp_7tIGQlhjLA-291" parent="OnuUYCShp_7tIGQlhjLA-284" style="shape=tableRow;horizontal=0;startSize=0;swimlaneHead=0;swimlaneBody=0;fillColor=none;collapsible=0;dropTarget=0;points=[[0,0.5],[1,0.5]];portConstraint=eastwest;top=0;left=0;right=0;bottom=0;" value="" vertex="1">
          <mxGeometry height="30" width="180" y="90" as="geometry" />
        </mxCell>
        <mxCell id="OnuUYCShp_7tIGQlhjLA-292" parent="OnuUYCShp_7tIGQlhjLA-291" style="shape=partialRectangle;connectable=0;fillColor=none;top=0;left=0;bottom=0;right=0;editable=1;overflow=hidden;whiteSpace=wrap;html=1;" value="" vertex="1">
          <mxGeometry height="30" width="30" as="geometry">
            <mxRectangle height="30" width="30" as="alternateBounds" />
          </mxGeometry>
        </mxCell>
        <mxCell id="OnuUYCShp_7tIGQlhjLA-293" parent="OnuUYCShp_7tIGQlhjLA-291" style="shape=partialRectangle;connectable=0;fillColor=none;top=0;left=0;bottom=0;right=0;align=left;spacingLeft=6;overflow=hidden;whiteSpace=wrap;html=1;" value="document_type" vertex="1">
          <mxGeometry height="30" width="150" x="30" as="geometry">
            <mxRectangle height="30" width="150" as="alternateBounds" />
          </mxGeometry>
        </mxCell>
        <mxCell id="OnuUYCShp_7tIGQlhjLA-294" parent="OnuUYCShp_7tIGQlhjLA-284" style="shape=tableRow;horizontal=0;startSize=0;swimlaneHead=0;swimlaneBody=0;fillColor=none;collapsible=0;dropTarget=0;points=[[0,0.5],[1,0.5]];portConstraint=eastwest;top=0;left=0;right=0;bottom=0;" value="" vertex="1">
          <mxGeometry height="30" width="180" y="120" as="geometry" />
        </mxCell>
        <mxCell id="OnuUYCShp_7tIGQlhjLA-295" parent="OnuUYCShp_7tIGQlhjLA-294" style="shape=partialRectangle;connectable=0;fillColor=none;top=0;left=0;bottom=0;right=0;editable=1;overflow=hidden;whiteSpace=wrap;html=1;" value="" vertex="1">
          <mxGeometry height="30" width="30" as="geometry">
            <mxRectangle height="30" width="30" as="alternateBounds" />
          </mxGeometry>
        </mxCell>
        <mxCell id="OnuUYCShp_7tIGQlhjLA-296" parent="OnuUYCShp_7tIGQlhjLA-294" style="shape=partialRectangle;connectable=0;fillColor=none;top=0;left=0;bottom=0;right=0;align=left;spacingLeft=6;overflow=hidden;whiteSpace=wrap;html=1;" value="sent_date" vertex="1">
          <mxGeometry height="30" width="150" x="30" as="geometry">
            <mxRectangle height="30" width="150" as="alternateBounds" />
          </mxGeometry>
        </mxCell>
        <mxCell id="OnuUYCShp_7tIGQlhjLA-297" parent="OnuUYCShp_7tIGQlhjLA-284" style="shape=tableRow;horizontal=0;startSize=0;swimlaneHead=0;swimlaneBody=0;fillColor=none;collapsible=0;dropTarget=0;points=[[0,0.5],[1,0.5]];portConstraint=eastwest;top=0;left=0;right=0;bottom=0;" value="" vertex="1">
          <mxGeometry height="30" width="180" y="150" as="geometry" />
        </mxCell>
        <mxCell id="OnuUYCShp_7tIGQlhjLA-298" parent="OnuUYCShp_7tIGQlhjLA-297" style="shape=partialRectangle;connectable=0;fillColor=none;top=0;left=0;bottom=0;right=0;editable=1;overflow=hidden;whiteSpace=wrap;html=1;" value="" vertex="1">
          <mxGeometry height="30" width="30" as="geometry">
            <mxRectangle height="30" width="30" as="alternateBounds" />
          </mxGeometry>
        </mxCell>
        <mxCell id="OnuUYCShp_7tIGQlhjLA-299" parent="OnuUYCShp_7tIGQlhjLA-297" style="shape=partialRectangle;connectable=0;fillColor=none;top=0;left=0;bottom=0;right=0;align=left;spacingLeft=6;overflow=hidden;whiteSpace=wrap;html=1;" value="payment_duedate" vertex="1">
          <mxGeometry height="30" width="150" x="30" as="geometry">
            <mxRectangle height="30" width="150" as="alternateBounds" />
          </mxGeometry>
        </mxCell>
        <mxCell id="OnuUYCShp_7tIGQlhjLA-306" edge="1" parent="1" source="OnuUYCShp_7tIGQlhjLA-104" style="edgeStyle=entityRelationEdgeStyle;fontSize=12;html=1;endArrow=ERoneToMany;rounded=0;exitX=1;exitY=0.5;exitDx=0;exitDy=0;entryX=0;entryY=0.5;entryDx=0;entryDy=0;" target="OnuUYCShp_7tIGQlhjLA-120" value="">
          <mxGeometry height="100" relative="1" width="100" as="geometry">
            <mxPoint x="720" y="600" as="sourcePoint" />
            <mxPoint x="820" y="500" as="targetPoint" />
          </mxGeometry>
        </mxCell>
        <mxCell id="K7VIHhopU0hZgh41mfQP-1" edge="1" parent="1" source="OnuUYCShp_7tIGQlhjLA-169" style="edgeStyle=orthogonalEdgeStyle;fontSize=12;html=1;endArrow=ERoneToMany;rounded=0;exitX=0;exitY=0.5;exitDx=0;exitDy=0;entryX=0.005;entryY=0.543;entryDx=0;entryDy=0;entryPerimeter=0;" target="OnuUYCShp_7tIGQlhjLA-123" value="">
          <mxGeometry height="100" relative="1" width="100" as="geometry">
            <Array as="points">
              <mxPoint x="360" y="235" />
-               <mxPoint x="360" y="486" />
+               <mxPoint x="360" y="476" />
            </Array>
            <mxPoint x="320" y="290" as="sourcePoint" />
            <mxPoint x="320" y="480" as="targetPoint" />
          </mxGeometry>
        </mxCell>
        <mxCell id="K7VIHhopU0hZgh41mfQP-2" edge="1" parent="1" source="OnuUYCShp_7tIGQlhjLA-117" style="edgeStyle=entityRelationEdgeStyle;fontSize=12;html=1;endArrow=ERoneToMany;rounded=0;exitX=1;exitY=0.5;exitDx=0;exitDy=0;entryX=1;entryY=0.5;entryDx=0;entryDy=0;" target="OnuUYCShp_7tIGQlhjLA-133" value="">
          <mxGeometry height="100" relative="1" width="100" as="geometry">
            <mxPoint x="630" y="560" as="sourcePoint" />
            <mxPoint x="730" y="460" as="targetPoint" />
          </mxGeometry>
        </mxCell>
        <mxCell id="K7VIHhopU0hZgh41mfQP-3" edge="1" parent="1" source="OnuUYCShp_7tIGQlhjLA-130" style="edgeStyle=entityRelationEdgeStyle;fontSize=12;html=1;endArrow=ERoneToMany;rounded=0;exitX=1;exitY=0.5;exitDx=0;exitDy=0;entryX=0;entryY=0.5;entryDx=0;entryDy=0;" target="OnuUYCShp_7tIGQlhjLA-185" value="">
          <mxGeometry height="100" relative="1" width="100" as="geometry">
            <mxPoint x="630" y="560" as="sourcePoint" />
            <mxPoint x="730" y="460" as="targetPoint" />
          </mxGeometry>
        </mxCell>
        <mxCell id="K7VIHhopU0hZgh41mfQP-5" edge="1" parent="1" source="OnuUYCShp_7tIGQlhjLA-156" style="edgeStyle=entityRelationEdgeStyle;fontSize=12;html=1;endArrow=ERoneToMany;rounded=0;exitX=0;exitY=0.5;exitDx=0;exitDy=0;entryX=1;entryY=0.5;entryDx=0;entryDy=0;" target="OnuUYCShp_7tIGQlhjLA-149" value="">
          <mxGeometry height="100" relative="1" width="100" as="geometry">
            <mxPoint x="710" y="590" as="sourcePoint" />
            <mxPoint x="810" y="490" as="targetPoint" />
          </mxGeometry>
        </mxCell>
        <mxCell id="K7VIHhopU0hZgh41mfQP-6" edge="1" parent="1" source="OnuUYCShp_7tIGQlhjLA-143" style="edgeStyle=entityRelationEdgeStyle;fontSize=12;html=1;endArrow=ERoneToMany;rounded=0;exitX=1;exitY=0.5;exitDx=0;exitDy=0;" target="OnuUYCShp_7tIGQlhjLA-288" value="">
          <mxGeometry height="100" relative="1" width="100" as="geometry">
            <mxPoint x="710" y="590" as="sourcePoint" />
            <mxPoint x="810" y="490" as="targetPoint" />
          </mxGeometry>
        </mxCell>
        <mxCell id="K7VIHhopU0hZgh41mfQP-9" edge="1" parent="1" source="OnuUYCShp_7tIGQlhjLA-195" style="edgeStyle=orthogonalEdgeStyle;fontSize=12;html=1;endArrow=ERoneToMany;rounded=0;exitX=0;exitY=0.5;exitDx=0;exitDy=0;entryX=0;entryY=0.5;entryDx=0;entryDy=0;" target="OnuUYCShp_7tIGQlhjLA-149" value="">
          <mxGeometry height="100" relative="1" width="100" as="geometry">
            <Array as="points">
              <mxPoint x="660" y="235" />
              <mxPoint x="660" y="475" />
            </Array>
            <mxPoint x="680" y="470" as="sourcePoint" />
            <mxPoint x="780" y="370" as="targetPoint" />
          </mxGeometry>
        </mxCell>
        <mxCell id="K7VIHhopU0hZgh41mfQP-10" edge="1" parent="1" source="OnuUYCShp_7tIGQlhjLA-117" style="edgeStyle=entityRelationEdgeStyle;fontSize=12;html=1;endArrow=ERmandOne;startArrow=ERmandOne;rounded=0;exitX=1.008;exitY=0.102;exitDx=0;exitDy=0;exitPerimeter=0;entryX=0;entryY=0.5;entryDx=0;entryDy=0;" target="OnuUYCShp_7tIGQlhjLA-146" value="">
          <mxGeometry height="100" relative="1" width="100" as="geometry">
            <mxPoint x="630" y="590" as="sourcePoint" />
            <mxPoint x="730" y="490" as="targetPoint" />
          </mxGeometry>
        </mxCell>
      </root>
    </mxGraphModel>
  </diagram>
</mxfile>
